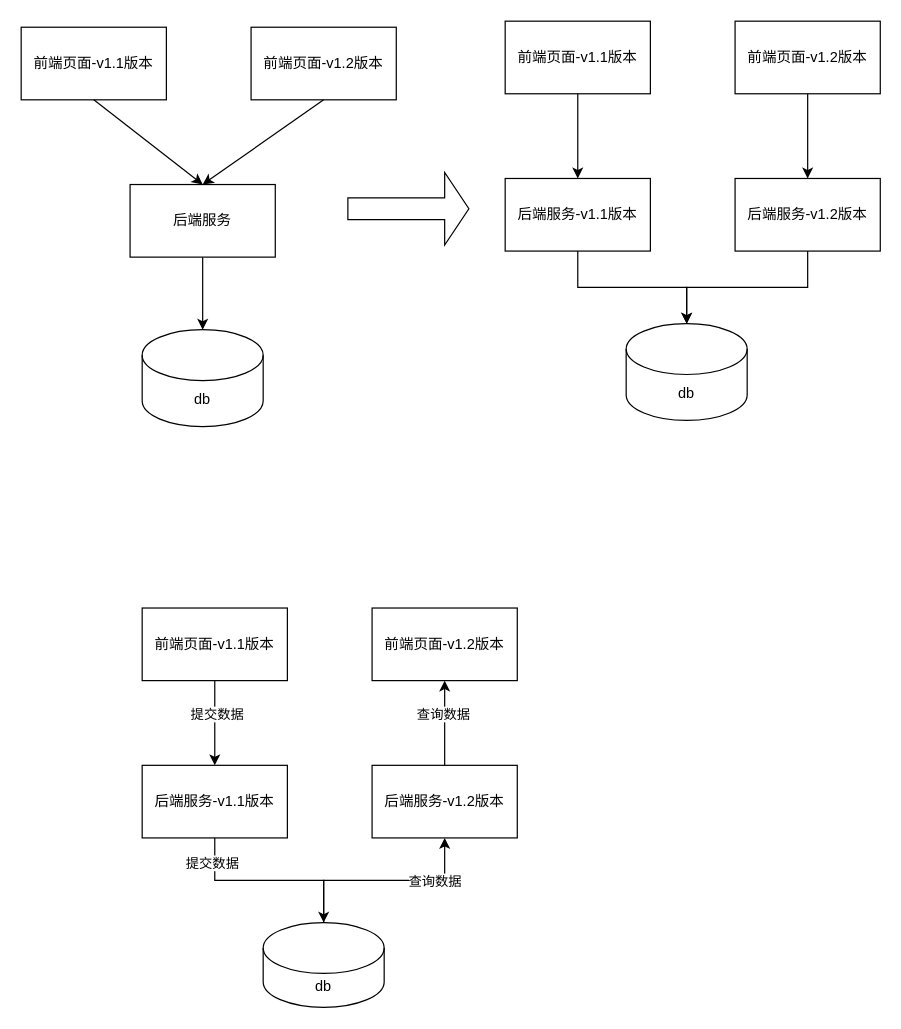
hd-eujian/driaw keeps this draw.io diagram as mulenv.drawio. Above is the earlier version. Source tidied: cells renumbered, new cells numbered last; positions are measured from the earlier drawing's top-left corner, leaving out a move shared by most shapes. Both pictures are drawn from the tidied source at 121%, with x=0, y=0 at pixel (21, 21).
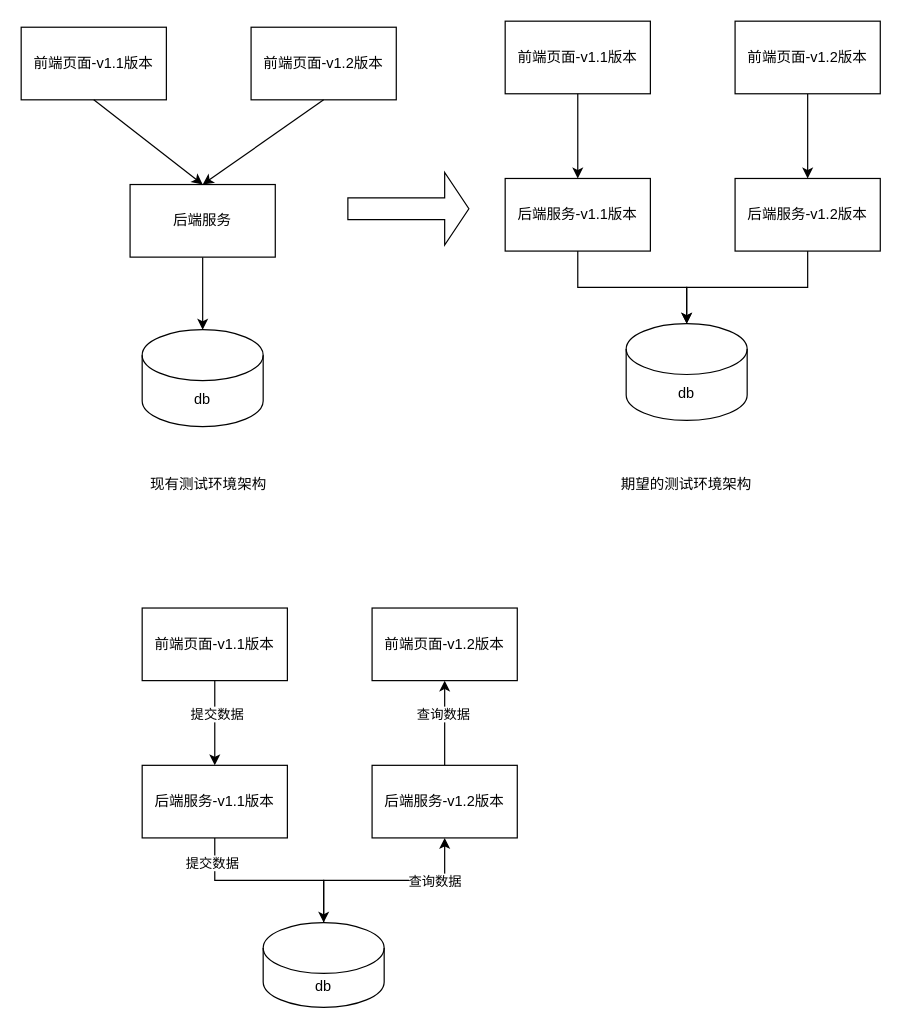
The same page after the edit.

Change to the diagram source:
```diff
@@
+    <mxCell id="32" value="现有测试环境架构" style="text;html=1;strokeColor=none;fillColor=none;align=center;verticalAlign=middle;whiteSpace=wrap;rounded=0;" parent="1" vertex="1">
+      <mxGeometry x="90" y="365" width="130" height="35" as="geometry" />
+    </mxCell>
+    <mxCell id="33" value="期望的测试环境架构" style="text;html=1;strokeColor=none;fillColor=none;align=center;verticalAlign=middle;whiteSpace=wrap;rounded=0;" parent="1" vertex="1">
+      <mxGeometry x="485" y="365" width="130" height="35" as="geometry" />
+    </mxCell>
```
